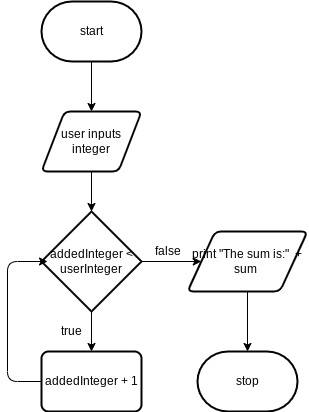
Before: design/flowchart.png, a diagram exported from draw.io (zaida-hammel/ICS2O-Unit5-07). Source tidied: cells renumbered, new cells last; positions are measured from the earlier drawing's top-left corner, leaving out a move shared by most shapes.
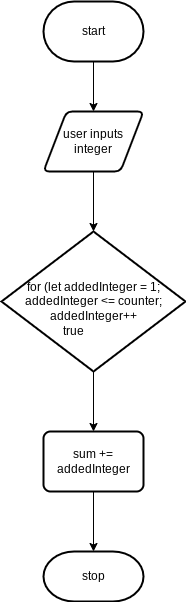
The same file after the commit.

What changed in the source:
```diff
@@ -17,37 +17,20 @@
     <mxCell id="6" style="edgeStyle=none;html=1;" parent="1" edge="1" source="8" target="9">
       <mxGeometry relative="1" as="geometry" />
     </mxCell>
-    <mxCell id="7" style="edgeStyle=none;html=1;entryX=0;entryY=0.5;entryDx=0;entryDy=0;" parent="1" edge="1" source="8" target="12">
-      <mxGeometry relative="1" as="geometry" />
-    </mxCell>
-    <mxCell id="8" value="addedInteger &amp;lt; userInteger" style="strokeWidth=2;html=1;shape=mxgraph.flowchart.decision;whiteSpace=wrap;" parent="1" vertex="1">
-      <mxGeometry x="34" y="210" width="100" height="100" as="geometry" />
+    <mxCell id="8" value="for (let addedInteger = 1; addedInteger &amp;lt;= counter; addedInteger++" style="strokeWidth=2;html=1;shape=mxgraph.flowchart.decision;whiteSpace=wrap;" parent="1" vertex="1">
+      <mxGeometry x="-8" y="230" width="184" height="140" as="geometry" />
     </mxCell>
+    <mxCell id="16" style="edgeStyle=none;html=1;" parent="1" edge="1" source="9" target="13">
+      <mxGeometry relative="1" as="geometry" />
+    </mxCell>
-    <mxCell id="9" value="addedInteger + 1" style="rounded=1;whiteSpace=wrap;html=1;absoluteArcSize=1;arcSize=14;strokeWidth=2;" parent="1" vertex="1">
-      <mxGeometry x="34" y="350" width="100" height="60" as="geometry" />
+    <mxCell id="9" value="sum += addedInteger" style="rounded=1;whiteSpace=wrap;html=1;absoluteArcSize=1;arcSize=14;strokeWidth=2;" parent="1" vertex="1">
+      <mxGeometry x="34" y="430" width="100" height="60" as="geometry" />
     </mxCell>
-    <mxCell id="10" style="edgeStyle=segmentEdgeStyle;endArrow=classic;html=1;exitX=0;exitY=0.5;exitDx=0;exitDy=0;entryX=0.06;entryY=0.5;entryDx=0;entryDy=0;entryPerimeter=0;" parent="1" edge="1" source="9" target="8">
-      <mxGeometry relative="1" as="geometry">
-        <Array as="points">
-          <mxPoint y="380" />
-          <mxPoint y="260" />
-        </Array>
-      </mxGeometry>
-    </mxCell>
-    <mxCell id="11" style="edgeStyle=none;html=1;" parent="1" edge="1" source="12" target="13">
-      <mxGeometry relative="1" as="geometry" />
-    </mxCell>
-    <mxCell id="12" value="print &quot;The sum is:&quot;&amp;nbsp; + sum&amp;nbsp;" style="shape=parallelogram;html=1;strokeWidth=2;perimeter=parallelogramPerimeter;whiteSpace=wrap;rounded=1;arcSize=12;size=0.23;" parent="1" vertex="1">
-      <mxGeometry x="180" y="230" width="120" height="60" as="geometry" />
-    </mxCell>
     <mxCell id="13" value="stop" style="strokeWidth=2;html=1;shape=mxgraph.flowchart.terminator;whiteSpace=wrap;" parent="1" vertex="1">
-      <mxGeometry x="190" y="350" width="100" height="60" as="geometry" />
+      <mxGeometry x="34" y="550" width="100" height="50" as="geometry" />
     </mxCell>
     <mxCell id="14" value="true" style="text;html=1;align=center;verticalAlign=middle;strokeColor=none;fillColor=none;" parent="1" vertex="1">
       <mxGeometry x="44" y="320" width="40" height="20" as="geometry" />
     </mxCell>
-    <mxCell id="15" value="false" style="text;html=1;align=center;verticalAlign=middle;strokeColor=none;fillColor=none;" parent="1" vertex="1">
-      <mxGeometry x="140" y="240" width="40" height="20" as="geometry" />
-    </mxCell>
   </root>
 </mxGraphModel>
```
